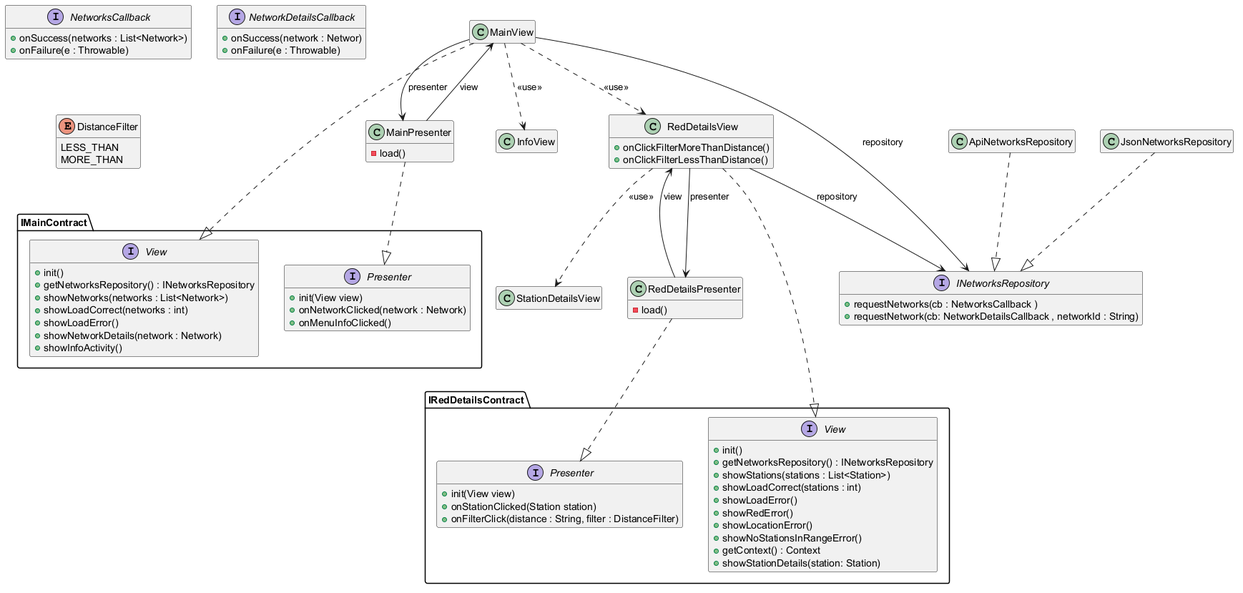
Earlier version of the PlantUML export Docs/Models/architecture.png (isunican/App-Bicis-Grupo1).
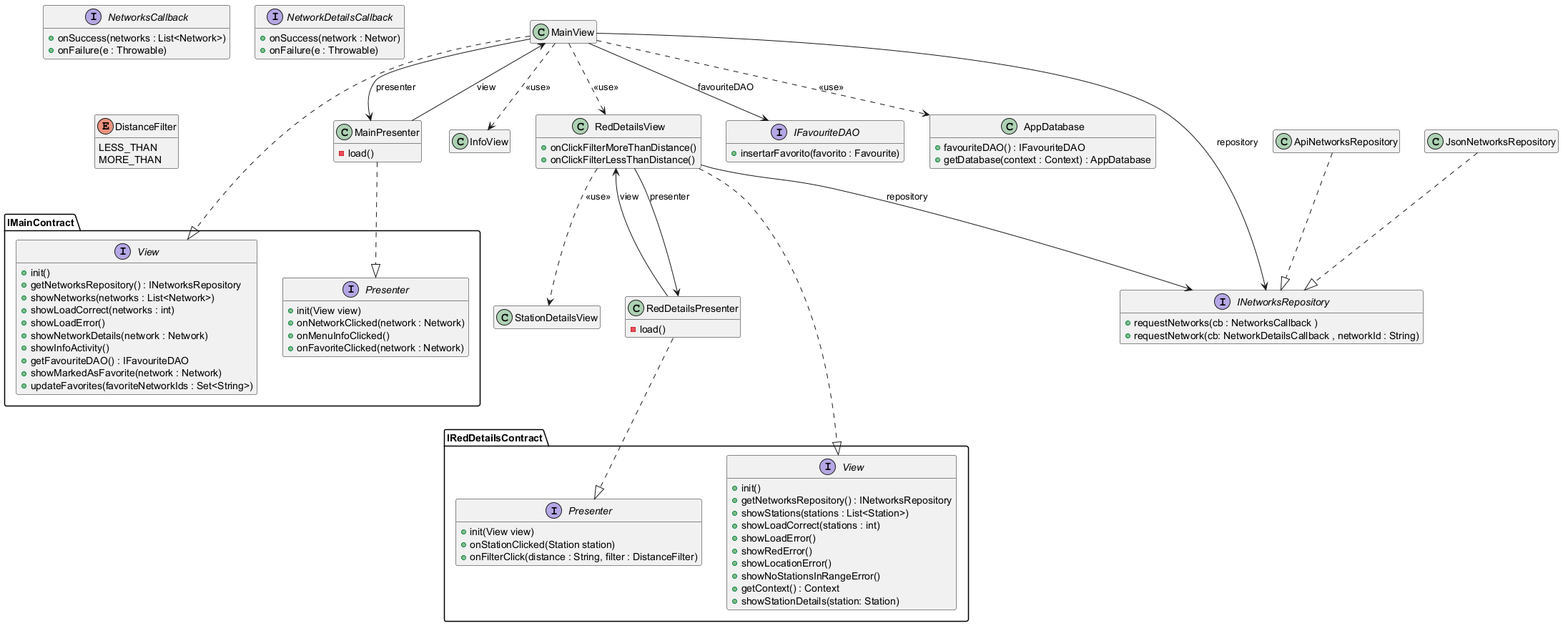
After the commit.

The edit, as a diff of the source:
```diff
@@ -18,6 +18,8 @@
 RedDetailsView --> INetworksRepository : repository
 RedDetailsView --> RedDetailsPresenter : presenter
 RedDetailsPresenter --> RedDetailsView : view
+MainView --> IFavouriteDAO : favouriteDAO
+MainView ..> AppDatabase : <<use>>
 
 class MainView {
 }
@@ -38,8 +40,17 @@
     -load()
 }
 
+class AppDatabase {
+    + favouriteDAO() : IFavouriteDAO
+    + getDatabase(context : Context) : AppDatabase
+}
+
 class ApiNetworksRepository
 class JsonNetworksRepository
+
+interface IFavouriteDAO {
+    + insertarFavorito(favorito : Favourite)
+}
 
 interface IMainContract.View {
     + init()
@@ -49,12 +60,16 @@
     + showLoadError()
     + showNetworkDetails(network : Network)
     + showInfoActivity()
+    + getFavouriteDAO() : IFavouriteDAO
+    + showMarkedAsFavorite(network : Network)
+    + updateFavorites(favoriteNetworkIds : Set<String>)
 }
 
 interface IMainContract.Presenter {
     + init(View view)
     + onNetworkClicked(network : Network)
     + onMenuInfoClicked()
+    + onFavoriteClicked(network : Network)
 }
 
 interface IRedDetailsContract.View {
```
